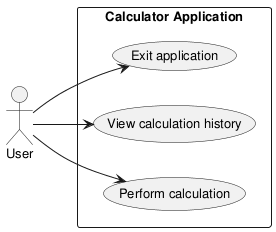
Earlier version of the PlantUML export experiments/broadcast/user_stories/calculator/artifacts/use_case_diagram.png (DanielRiha8906/Software_autoevolution_using_agents).
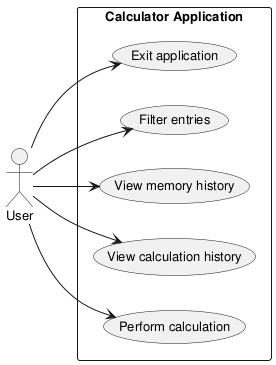
After the change.

Change to the diagram source:
```diff
@@ -9,12 +9,16 @@
 rectangle "Calculator Application" {
     usecase "Perform calculation" as UC_Calc
     usecase "View calculation history" as UC_History
+    usecase "View memory history" as UC_MemHistory
+    usecase "Filter entries" as UC_Filter
     usecase "Exit application" as UC_Exit
 
 }
 
 User --> UC_Calc
 User --> UC_History
+User --> UC_MemHistory
+User --> UC_Filter
 User --> UC_Exit
 
 @enduml
```
